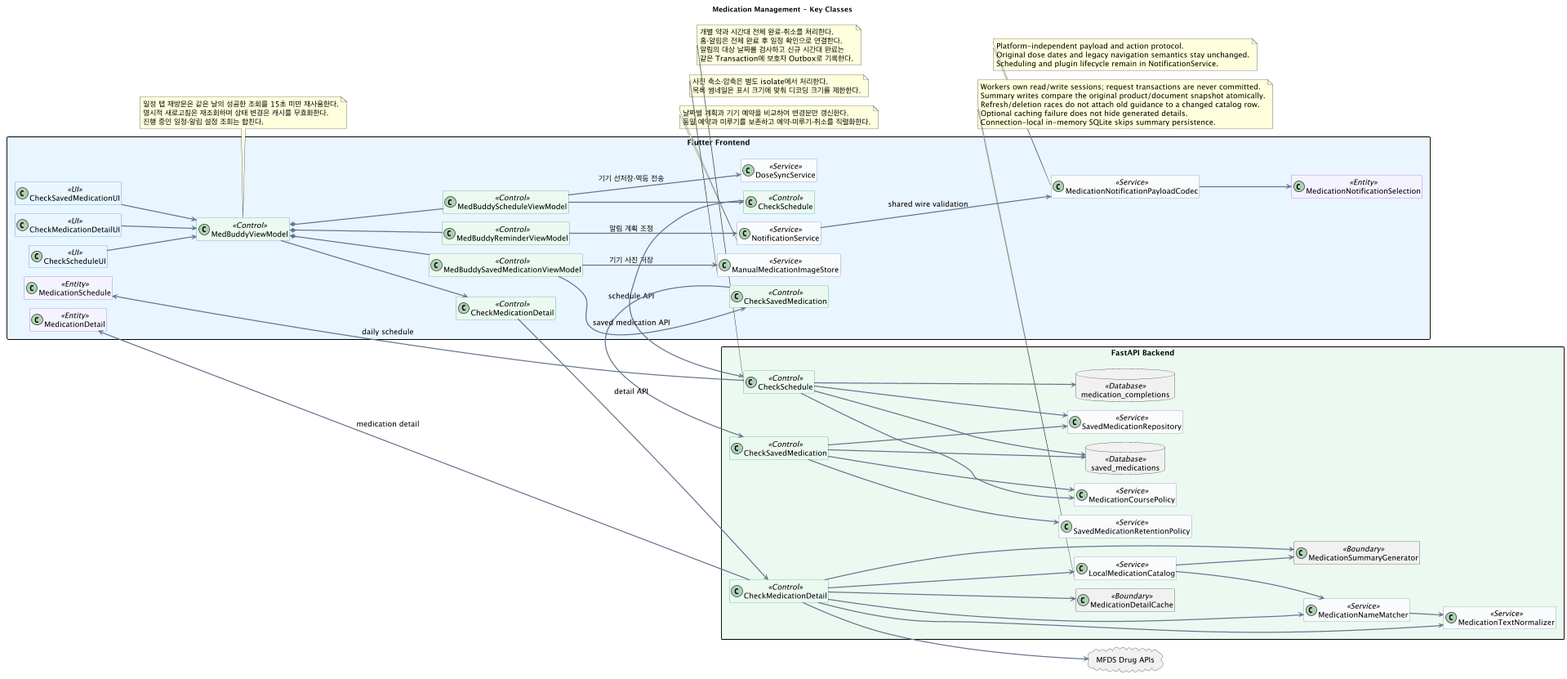
1window2/MedBuddy keeps this PlantUML diagram as docs/UML/class/03_MedicationManagement.png. Above is the earlier version.
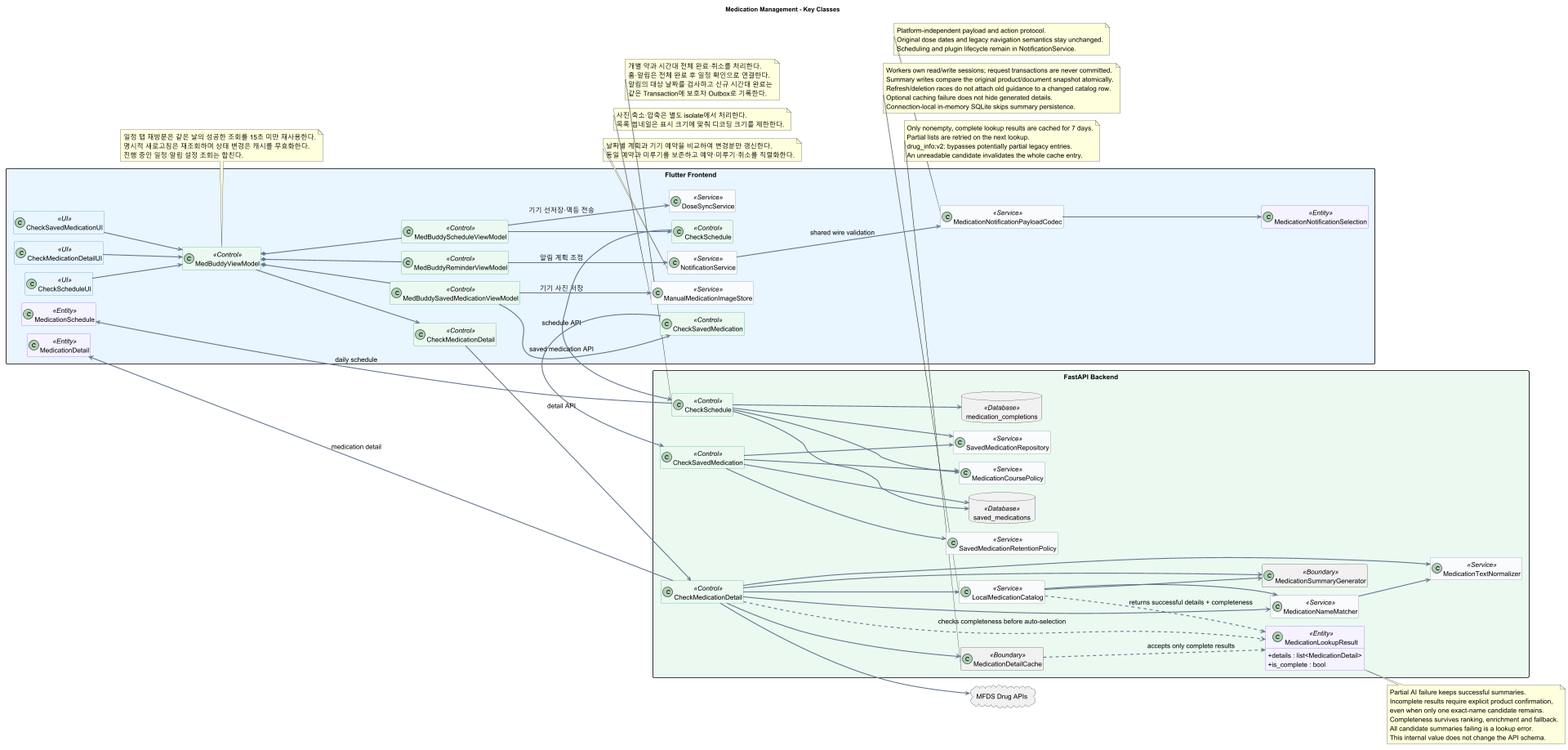
Later version of the same file.

Commit message:
docs(lookup): explain partial candidate confirmation and cache completeness

Diff of the diagram source:
```diff
@@ -62,6 +62,10 @@
   class MedicationNameMatcher <<Service>>
   class MedicationDetailCache <<Boundary>>
   class MedicationSummaryGenerator <<Boundary>>
+  class MedicationLookupResult <<Entity>> {
+    + details : list<MedicationDetail>
+    + is_complete : bool
+  }
   database "saved_medications" as DBSavedMedication <<Database>>
   database "medication_completions" as DBMedicationCompletion <<Database>>
 }
@@ -128,6 +132,9 @@
 BCheckMedicationDetail --> MedicationNameMatcher
 BCheckMedicationDetail --> MedicationDetailCache
 BCheckMedicationDetail --> MedicationSummaryGenerator
+BCheckMedicationDetail ..> MedicationLookupResult : checks completeness before auto-selection
+LocalMedicationCatalog ..> MedicationLookupResult : returns successful details + completeness
+MedicationDetailCache ..> MedicationLookupResult : accepts only complete results
 LocalMedicationCatalog --> MedicationNameMatcher
 LocalMedicationCatalog --> MedicationSummaryGenerator
 MedicationNameMatcher --> MedicationTextNormalizer
@@ -138,6 +145,20 @@
   Optional caching failure does not hide generated details.
   Connection-local in-memory SQLite skips summary persistence.
 end note
+note right of MedicationLookupResult
+  Partial AI failure keeps successful summaries.
+  Incomplete results require explicit product confirmation,
+  even when only one exact-name candidate remains.
+  Completeness survives ranking, enrichment and fallback.
+  All candidate summaries failing is a lookup error.
+  This internal value does not change the API schema.
+end note
+note bottom of MedicationDetailCache
+  Only nonempty, complete lookup results are cached for 7 days.
+  Partial lists are retried on the next lookup.
+  drug_info:v2: bypasses potentially partial legacy entries.
+  An unreadable candidate invalidates the whole cache entry.
+end note
 BCheckMedicationDetail --> MFDS
 
 BCheckSchedule --> FMedicationSchedule : daily schedule
```
